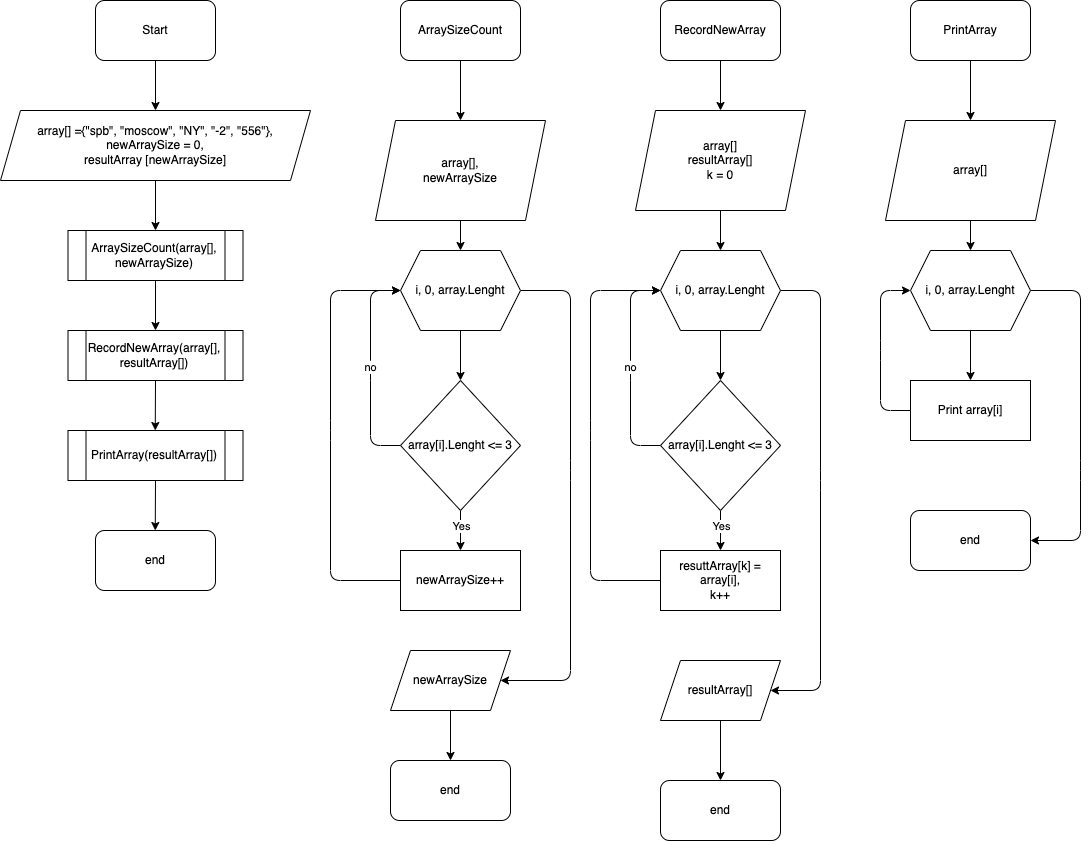
Earlier version of the draw.io export flowchart.drawio.png (kozlovnu/Final_work). Source tidied: cells renumbered, new cells last; positions are measured from the earlier drawing's top-left corner, leaving out a move shared by most shapes. Source of this version:
```xml
<mxGraphModel>
  <root>
    <mxCell id="0" />
    <mxCell id="1" parent="0" />
    <mxCell id="2" style="edgeStyle=none;html=1;exitX=0.5;exitY=1;exitDx=0;exitDy=0;entryX=0.5;entryY=0;entryDx=0;entryDy=0;" parent="1" edge="1" source="3" target="5">
      <mxGeometry relative="1" as="geometry" />
    </mxCell>
    <mxCell id="3" value="Start" style="rounded=1;whiteSpace=wrap;html=1;" parent="1" vertex="1">
      <mxGeometry x="95" width="120" height="60" as="geometry" />
    </mxCell>
    <mxCell id="4" style="edgeStyle=none;html=1;exitX=0.5;exitY=1;exitDx=0;exitDy=0;entryX=0.5;entryY=0;entryDx=0;entryDy=0;" parent="1" edge="1" source="5" target="7">
      <mxGeometry relative="1" as="geometry" />
    </mxCell>
    <mxCell id="5" value="array[] ={&quot;spb&quot;, &quot;moscow&quot;, &quot;NY&quot;, &quot;-2&quot;, &quot;556&quot;},&lt;br&gt;newArraySize = 0,&lt;br&gt;resultArray [newArraySize]" style="shape=parallelogram;perimeter=parallelogramPerimeter;whiteSpace=wrap;html=1;fixedSize=1;" parent="1" vertex="1">
      <mxGeometry y="110" width="310" height="70" as="geometry" />
    </mxCell>
    <mxCell id="6" style="edgeStyle=none;html=1;exitX=0.5;exitY=1;exitDx=0;exitDy=0;entryX=0.5;entryY=0;entryDx=0;entryDy=0;" parent="1" edge="1" source="7" target="35">
      <mxGeometry relative="1" as="geometry" />
    </mxCell>
    <mxCell id="7" value="ArraySizeCount(array[], newArraySize)&lt;br&gt;" style="shape=process;whiteSpace=wrap;html=1;backgroundOutline=1;" parent="1" vertex="1">
      <mxGeometry x="67.5" y="230" width="175" height="50" as="geometry" />
    </mxCell>
    <mxCell id="8" style="edgeStyle=none;html=1;exitX=0.5;exitY=1;exitDx=0;exitDy=0;" parent="1" edge="1" source="9">
      <mxGeometry relative="1" as="geometry">
        <mxPoint x="460" y="120" as="targetPoint" />
      </mxGeometry>
    </mxCell>
    <mxCell id="9" value="ArraySizeCount" style="rounded=1;whiteSpace=wrap;html=1;" parent="1" vertex="1">
      <mxGeometry x="400" width="120" height="60" as="geometry" />
    </mxCell>
    <mxCell id="10" style="edgeStyle=none;html=1;exitX=0.5;exitY=1;exitDx=0;exitDy=0;" parent="1" edge="1" source="12">
      <mxGeometry relative="1" as="geometry">
        <mxPoint x="460" y="380" as="targetPoint" />
      </mxGeometry>
    </mxCell>
    <mxCell id="11" style="edgeStyle=none;html=1;exitX=1;exitY=0.5;exitDx=0;exitDy=0;entryX=1;entryY=0.5;entryDx=0;entryDy=0;" parent="1" edge="1" source="12" target="20">
      <mxGeometry relative="1" as="geometry">
        <Array as="points">
          <mxPoint x="570" y="290" />
          <mxPoint x="570" y="470" />
          <mxPoint x="570" y="680" />
        </Array>
      </mxGeometry>
    </mxCell>
    <mxCell id="12" value="i, 0, array.Lenght" style="shape=hexagon;perimeter=hexagonPerimeter2;whiteSpace=wrap;html=1;fixedSize=1;" parent="1" vertex="1">
      <mxGeometry x="400" y="250" width="120" height="80" as="geometry" />
    </mxCell>
    <mxCell id="13" style="edgeStyle=none;html=1;exitX=0.5;exitY=1;exitDx=0;exitDy=0;entryX=0.5;entryY=0;entryDx=0;entryDy=0;" parent="1" edge="1" source="16" target="18">
      <mxGeometry relative="1" as="geometry" />
    </mxCell>
    <mxCell id="14" value="Yes" style="edgeLabel;html=1;align=center;verticalAlign=middle;" parent="13" vertex="1">
      <mxGeometry x="-0.25" relative="1" as="geometry" />
    </mxCell>
    <mxCell id="15" value="no" style="edgeStyle=none;html=1;exitX=0;exitY=0.5;exitDx=0;exitDy=0;entryX=0;entryY=0.5;entryDx=0;entryDy=0;" parent="1" edge="1" source="16" target="12">
      <mxGeometry relative="1" as="geometry">
        <Array as="points">
          <mxPoint x="370" y="445" />
          <mxPoint x="370" y="370" />
          <mxPoint x="370" y="290" />
        </Array>
      </mxGeometry>
    </mxCell>
    <mxCell id="16" value="array[i].Lenght &amp;lt;= 3" style="rhombus;whiteSpace=wrap;html=1;" parent="1" vertex="1">
      <mxGeometry x="400" y="380" width="120" height="130" as="geometry" />
    </mxCell>
    <mxCell id="17" style="edgeStyle=none;html=1;exitX=0;exitY=0.5;exitDx=0;exitDy=0;" parent="1" edge="1" source="18">
      <mxGeometry relative="1" as="geometry">
        <mxPoint x="400" y="290" as="targetPoint" />
        <Array as="points">
          <mxPoint x="330" y="580" />
          <mxPoint x="330" y="430" />
          <mxPoint x="330" y="290" />
        </Array>
      </mxGeometry>
    </mxCell>
    <mxCell id="18" value="newArraySize++" style="rounded=0;whiteSpace=wrap;html=1;" parent="1" vertex="1">
      <mxGeometry x="400" y="550" width="120" height="60" as="geometry" />
    </mxCell>
    <mxCell id="19" style="edgeStyle=none;html=1;exitX=0.5;exitY=1;exitDx=0;exitDy=0;entryX=0.5;entryY=0;entryDx=0;entryDy=0;" parent="1" edge="1" source="20" target="51">
      <mxGeometry relative="1" as="geometry" />
    </mxCell>
    <mxCell id="20" value="newArraySize" style="shape=parallelogram;perimeter=parallelogramPerimeter;whiteSpace=wrap;html=1;fixedSize=1;" parent="1" vertex="1">
      <mxGeometry x="390" y="650" width="120" height="60" as="geometry" />
    </mxCell>
    <mxCell id="21" style="edgeStyle=none;html=1;exitX=0.5;exitY=1;exitDx=0;exitDy=0;entryX=0.5;entryY=0;entryDx=0;entryDy=0;" parent="1" edge="1" source="22" target="33">
      <mxGeometry relative="1" as="geometry" />
    </mxCell>
    <mxCell id="22" value="RecordNewArray" style="rounded=1;whiteSpace=wrap;html=1;" parent="1" vertex="1">
      <mxGeometry x="660" width="120" height="60" as="geometry" />
    </mxCell>
    <mxCell id="23" style="edgeStyle=none;html=1;exitX=0.5;exitY=1;exitDx=0;exitDy=0;" parent="1" edge="1" source="25">
      <mxGeometry relative="1" as="geometry">
        <mxPoint x="720" y="380" as="targetPoint" />
      </mxGeometry>
    </mxCell>
    <mxCell id="24" style="edgeStyle=none;html=1;exitX=1;exitY=0.5;exitDx=0;exitDy=0;entryX=1;entryY=0.5;entryDx=0;entryDy=0;" parent="1" edge="1" source="25" target="48">
      <mxGeometry relative="1" as="geometry">
        <Array as="points">
          <mxPoint x="820" y="290" />
          <mxPoint x="820" y="480" />
          <mxPoint x="820" y="690" />
        </Array>
      </mxGeometry>
    </mxCell>
    <mxCell id="25" value="i, 0, array.Lenght" style="shape=hexagon;perimeter=hexagonPerimeter2;whiteSpace=wrap;html=1;fixedSize=1;" parent="1" vertex="1">
      <mxGeometry x="660" y="250" width="120" height="80" as="geometry" />
    </mxCell>
    <mxCell id="26" style="edgeStyle=none;html=1;exitX=0.5;exitY=1;exitDx=0;exitDy=0;entryX=0.5;entryY=0;entryDx=0;entryDy=0;" parent="1" edge="1" source="29" target="31">
      <mxGeometry relative="1" as="geometry" />
    </mxCell>
    <mxCell id="27" value="Yes" style="edgeLabel;html=1;align=center;verticalAlign=middle;" parent="26" vertex="1">
      <mxGeometry x="-0.25" relative="1" as="geometry" />
    </mxCell>
    <mxCell id="28" value="no" style="edgeStyle=none;html=1;exitX=0;exitY=0.5;exitDx=0;exitDy=0;entryX=0;entryY=0.5;entryDx=0;entryDy=0;" parent="1" edge="1" source="29" target="25">
      <mxGeometry relative="1" as="geometry">
        <Array as="points">
          <mxPoint x="630" y="445" />
          <mxPoint x="630" y="370" />
          <mxPoint x="630" y="290" />
        </Array>
      </mxGeometry>
    </mxCell>
    <mxCell id="29" value="array[i].Lenght &amp;lt;= 3" style="rhombus;whiteSpace=wrap;html=1;" parent="1" vertex="1">
      <mxGeometry x="660" y="380" width="120" height="130" as="geometry" />
    </mxCell>
    <mxCell id="30" style="edgeStyle=none;html=1;exitX=0;exitY=0.5;exitDx=0;exitDy=0;" parent="1" edge="1" source="31">
      <mxGeometry relative="1" as="geometry">
        <mxPoint x="660" y="290" as="targetPoint" />
        <Array as="points">
          <mxPoint x="590" y="580" />
          <mxPoint x="590" y="430" />
          <mxPoint x="590" y="290" />
        </Array>
      </mxGeometry>
    </mxCell>
    <mxCell id="31" value="resuttArray[k] = array[i],&lt;br&gt;k++" style="rounded=0;whiteSpace=wrap;html=1;" parent="1" vertex="1">
      <mxGeometry x="660" y="550" width="120" height="60" as="geometry" />
    </mxCell>
    <mxCell id="32" style="edgeStyle=none;html=1;exitX=0.5;exitY=1;exitDx=0;exitDy=0;entryX=0.5;entryY=0;entryDx=0;entryDy=0;" parent="1" edge="1" source="33" target="25">
      <mxGeometry relative="1" as="geometry" />
    </mxCell>
    <mxCell id="33" value="array[]&lt;br&gt;resultArray[]&lt;br&gt;k = 0" style="shape=parallelogram;perimeter=parallelogramPerimeter;whiteSpace=wrap;html=1;fixedSize=1;" parent="1" vertex="1">
      <mxGeometry x="635" y="110" width="170" height="100" as="geometry" />
    </mxCell>
    <mxCell id="34" style="edgeStyle=none;html=1;exitX=0.5;exitY=1;exitDx=0;exitDy=0;" parent="1" edge="1" source="35">
      <mxGeometry relative="1" as="geometry">
        <mxPoint x="154.8" y="430" as="targetPoint" />
      </mxGeometry>
    </mxCell>
    <mxCell id="35" value="RecordNewArray(array[], resultArray[])" style="shape=process;whiteSpace=wrap;html=1;backgroundOutline=1;" parent="1" vertex="1">
      <mxGeometry x="67.5" y="330" width="175" height="50" as="geometry" />
    </mxCell>
    <mxCell id="36" style="edgeStyle=none;html=1;exitX=0.5;exitY=1;exitDx=0;exitDy=0;entryX=0.5;entryY=0;entryDx=0;entryDy=0;" parent="1" edge="1" source="37" target="12">
      <mxGeometry relative="1" as="geometry" />
    </mxCell>
    <mxCell id="37" value="array[],&lt;br&gt;newArraySize" style="shape=parallelogram;perimeter=parallelogramPerimeter;whiteSpace=wrap;html=1;fixedSize=1;" parent="1" vertex="1">
      <mxGeometry x="375" y="120" width="170" height="100" as="geometry" />
    </mxCell>
    <mxCell id="38" style="edgeStyle=none;html=1;exitX=0.5;exitY=1;exitDx=0;exitDy=0;" parent="1" edge="1" source="39">
      <mxGeometry relative="1" as="geometry">
        <mxPoint x="970" y="120" as="targetPoint" />
      </mxGeometry>
    </mxCell>
    <mxCell id="39" value="PrintArray" style="rounded=1;whiteSpace=wrap;html=1;" parent="1" vertex="1">
      <mxGeometry x="910" width="120" height="60" as="geometry" />
    </mxCell>
    <mxCell id="40" style="edgeStyle=none;html=1;exitX=0.5;exitY=1;exitDx=0;exitDy=0;" parent="1" edge="1" source="42">
      <mxGeometry relative="1" as="geometry">
        <mxPoint x="970" y="380" as="targetPoint" />
      </mxGeometry>
    </mxCell>
    <mxCell id="41" style="edgeStyle=none;html=1;exitX=1;exitY=0.5;exitDx=0;exitDy=0;entryX=1;entryY=0.5;entryDx=0;entryDy=0;" parent="1" edge="1" source="42" target="49">
      <mxGeometry relative="1" as="geometry">
        <Array as="points">
          <mxPoint x="1080" y="290" />
          <mxPoint x="1080" y="470" />
          <mxPoint x="1080" y="540" />
        </Array>
      </mxGeometry>
    </mxCell>
    <mxCell id="42" value="i, 0, array.Lenght" style="shape=hexagon;perimeter=hexagonPerimeter2;whiteSpace=wrap;html=1;fixedSize=1;" parent="1" vertex="1">
      <mxGeometry x="910" y="250" width="120" height="80" as="geometry" />
    </mxCell>
    <mxCell id="43" style="edgeStyle=none;html=1;exitX=0;exitY=0.5;exitDx=0;exitDy=0;entryX=0;entryY=0.5;entryDx=0;entryDy=0;" parent="1" edge="1" source="44" target="42">
      <mxGeometry relative="1" as="geometry">
        <Array as="points">
          <mxPoint x="880" y="410" />
          <mxPoint x="880" y="350" />
          <mxPoint x="880" y="290" />
        </Array>
      </mxGeometry>
    </mxCell>
    <mxCell id="44" value="Print array[i]" style="rounded=0;whiteSpace=wrap;html=1;" parent="1" vertex="1">
      <mxGeometry x="910" y="380" width="120" height="60" as="geometry" />
    </mxCell>
    <mxCell id="45" style="edgeStyle=none;html=1;exitX=0.5;exitY=1;exitDx=0;exitDy=0;entryX=0.5;entryY=0;entryDx=0;entryDy=0;" parent="1" edge="1" source="46" target="42">
      <mxGeometry relative="1" as="geometry" />
    </mxCell>
    <mxCell id="46" value="array[]" style="shape=parallelogram;perimeter=parallelogramPerimeter;whiteSpace=wrap;html=1;fixedSize=1;" parent="1" vertex="1">
      <mxGeometry x="885" y="120" width="170" height="100" as="geometry" />
    </mxCell>
    <mxCell id="47" style="edgeStyle=none;html=1;exitX=0.5;exitY=1;exitDx=0;exitDy=0;entryX=0.5;entryY=0;entryDx=0;entryDy=0;" parent="1" edge="1" source="48" target="50">
      <mxGeometry relative="1" as="geometry" />
    </mxCell>
    <mxCell id="48" value="resultArray[]" style="shape=parallelogram;perimeter=parallelogramPerimeter;whiteSpace=wrap;html=1;fixedSize=1;" parent="1" vertex="1">
      <mxGeometry x="660" y="660" width="120" height="60" as="geometry" />
    </mxCell>
    <mxCell id="49" value="end" style="rounded=1;whiteSpace=wrap;html=1;" parent="1" vertex="1">
      <mxGeometry x="910" y="510" width="120" height="60" as="geometry" />
    </mxCell>
    <mxCell id="50" value="end" style="rounded=1;whiteSpace=wrap;html=1;" parent="1" vertex="1">
      <mxGeometry x="660" y="780" width="120" height="60" as="geometry" />
    </mxCell>
    <mxCell id="51" value="end" style="rounded=1;whiteSpace=wrap;html=1;" parent="1" vertex="1">
      <mxGeometry x="390" y="760" width="120" height="60" as="geometry" />
    </mxCell>
    <mxCell id="52" style="edgeStyle=none;html=1;exitX=0.5;exitY=1;exitDx=0;exitDy=0;" parent="1" edge="1" source="53">
      <mxGeometry relative="1" as="geometry">
        <mxPoint x="154.8" y="530" as="targetPoint" />
      </mxGeometry>
    </mxCell>
    <mxCell id="53" value="PrintArray(resultArray[])" style="shape=process;whiteSpace=wrap;html=1;backgroundOutline=1;" parent="1" vertex="1">
      <mxGeometry x="67.5" y="430" width="175" height="50" as="geometry" />
    </mxCell>
    <mxCell id="54" value="end" style="rounded=1;whiteSpace=wrap;html=1;" parent="1" vertex="1">
      <mxGeometry x="95" y="530" width="120" height="60" as="geometry" />
    </mxCell>
  </root>
</mxGraphModel>
```
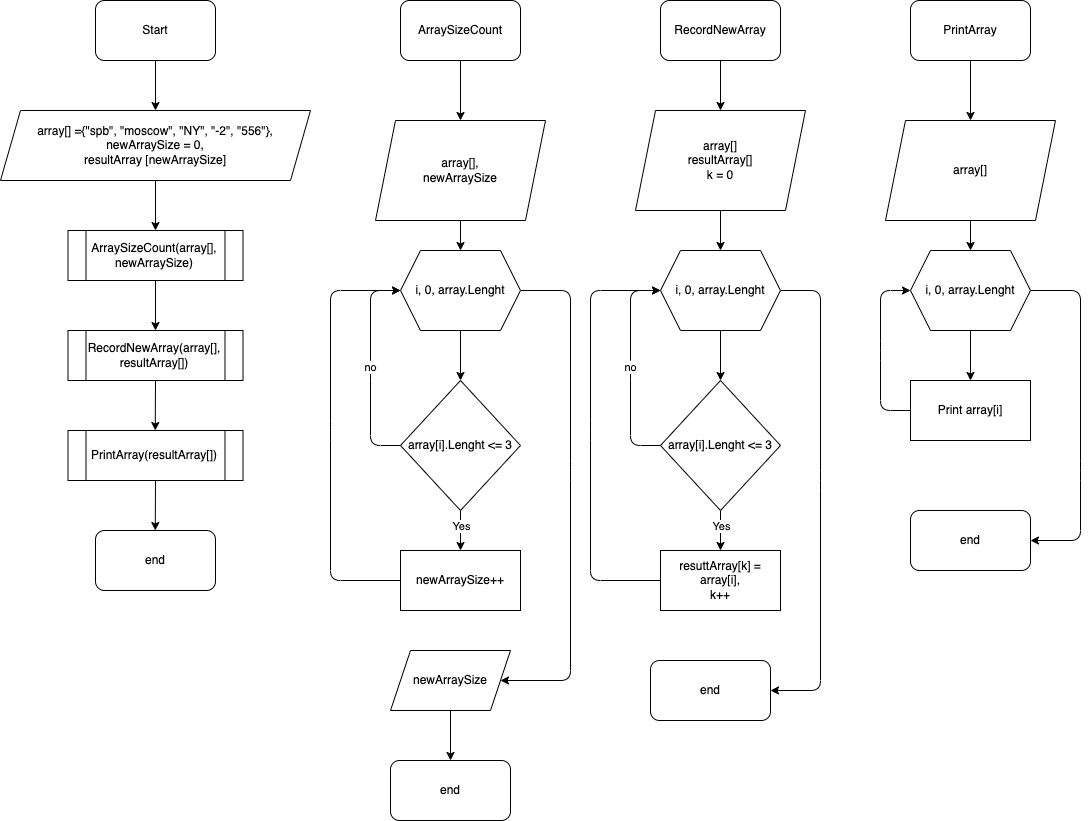
The same file after the commit.

Commit message:
Made changes to flowchart

Change to the diagram source:
```diff
@@ -93,8 +93,9 @@
         <mxPoint x="720" y="380" as="targetPoint" />
       </mxGeometry>
     </mxCell>
-    <mxCell id="24" style="edgeStyle=none;html=1;exitX=1;exitY=0.5;exitDx=0;exitDy=0;entryX=1;entryY=0.5;entryDx=0;entryDy=0;" parent="1" edge="1" source="25" target="48">
+    <mxCell id="24" style="edgeStyle=none;html=1;exitX=1;exitY=0.5;exitDx=0;exitDy=0;entryX=1;entryY=0.5;entryDx=0;entryDy=0;" parent="1" edge="1" source="25">
       <mxGeometry relative="1" as="geometry">
+        <mxPoint x="770" y="690" as="targetPoint" />
         <Array as="points">
           <mxPoint x="820" y="290" />
           <mxPoint x="820" y="480" />
@@ -199,17 +200,11 @@
     <mxCell id="46" value="array[]" style="shape=parallelogram;perimeter=parallelogramPerimeter;whiteSpace=wrap;html=1;fixedSize=1;" parent="1" vertex="1">
       <mxGeometry x="885" y="120" width="170" height="100" as="geometry" />
     </mxCell>
-    <mxCell id="47" style="edgeStyle=none;html=1;exitX=0.5;exitY=1;exitDx=0;exitDy=0;entryX=0.5;entryY=0;entryDx=0;entryDy=0;" parent="1" edge="1" source="48" target="50">
-      <mxGeometry relative="1" as="geometry" />
-    </mxCell>
-    <mxCell id="48" value="resultArray[]" style="shape=parallelogram;perimeter=parallelogramPerimeter;whiteSpace=wrap;html=1;fixedSize=1;" parent="1" vertex="1">
-      <mxGeometry x="660" y="660" width="120" height="60" as="geometry" />
-    </mxCell>
     <mxCell id="49" value="end" style="rounded=1;whiteSpace=wrap;html=1;" parent="1" vertex="1">
       <mxGeometry x="910" y="510" width="120" height="60" as="geometry" />
     </mxCell>
     <mxCell id="50" value="end" style="rounded=1;whiteSpace=wrap;html=1;" parent="1" vertex="1">
-      <mxGeometry x="660" y="780" width="120" height="60" as="geometry" />
+      <mxGeometry x="650" y="660" width="120" height="60" as="geometry" />
     </mxCell>
     <mxCell id="51" value="end" style="rounded=1;whiteSpace=wrap;html=1;" parent="1" vertex="1">
       <mxGeometry x="390" y="760" width="120" height="60" as="geometry" />
```
